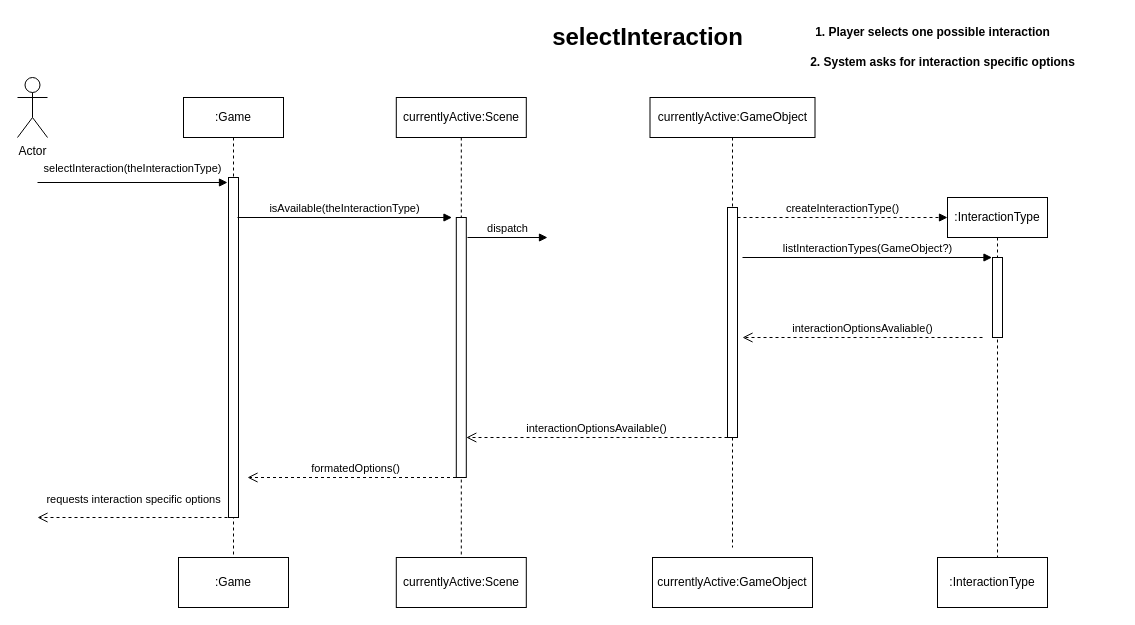
Earlier version of the draw.io diagram page "selectInteraction" (3 of 6) of domain-model.drawio (Jesper-R/PA1460). Source tidied: cells renumbered, new cells numbered last; positions are measured from the earlier drawing's top-left corner, leaving out a move shared by most shapes. Both pictures are drawn from the tidied source at 100%, with x=0, y=0 at pixel (17, 17).
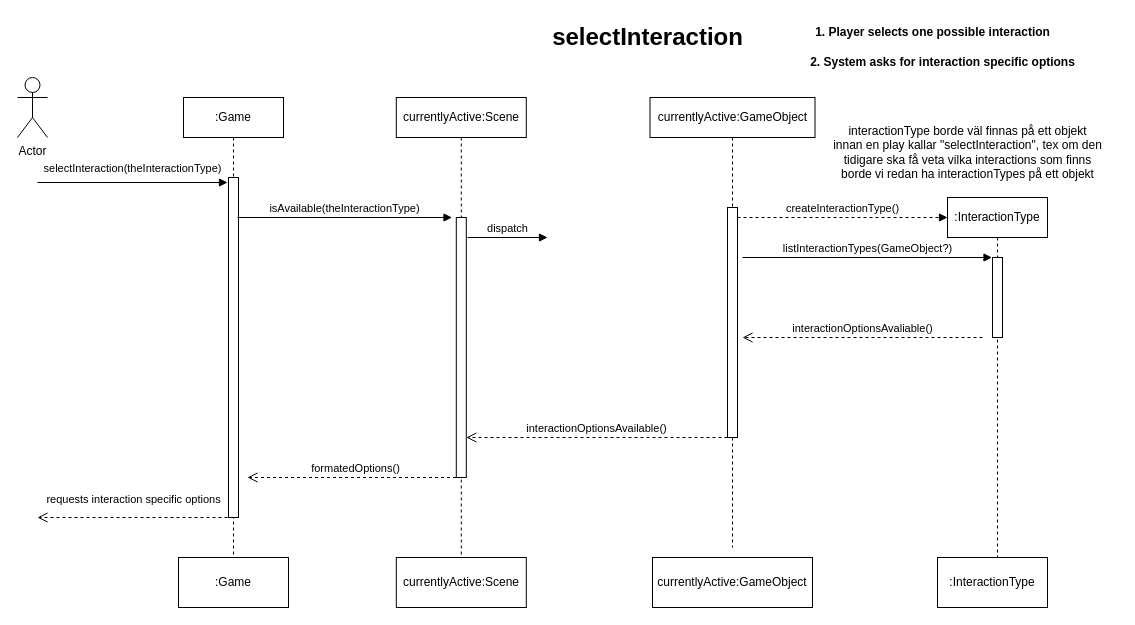
Above is the later version.

What changed in the source:
```diff
@@
+    <mxCell id="27" value="&lt;div&gt;interactionType borde väl finnas på ett objekt&lt;/div&gt;&lt;div&gt;innan en play kallar &quot;selectInteraction&quot;, tex om den&lt;/div&gt;&lt;div&gt;tidigare ska få veta vilka interactions som finns&lt;/div&gt;&lt;div&gt;borde vi redan ha interactionTypes på ett objekt&lt;br&gt;&lt;/div&gt;" style="text;html=1;align=center;verticalAlign=middle;strokeColor=none;fillColor=none;" parent="1" vertex="1">
+      <mxGeometry x="800" y="100" width="300" height="70" as="geometry" />
+    </mxCell>
```
